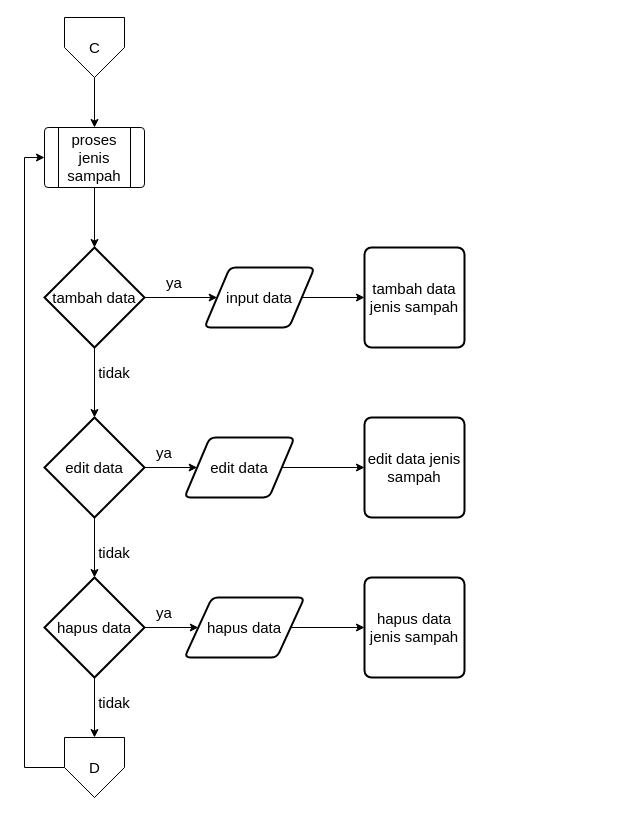
Before: page "flowchart jenis sampah" (18 of 22) of Untitled Diagram.drawio in dreamergirl01/uml_bankSampah, a draw.io diagram. Source tidied: cells renumbered, new cells numbered last; positions are measured from the earlier drawing's top-left corner, leaving out a move shared by most shapes. Both pictures are drawn from the tidied source at 100%, with x=0, y=0 at pixel (24, 17).
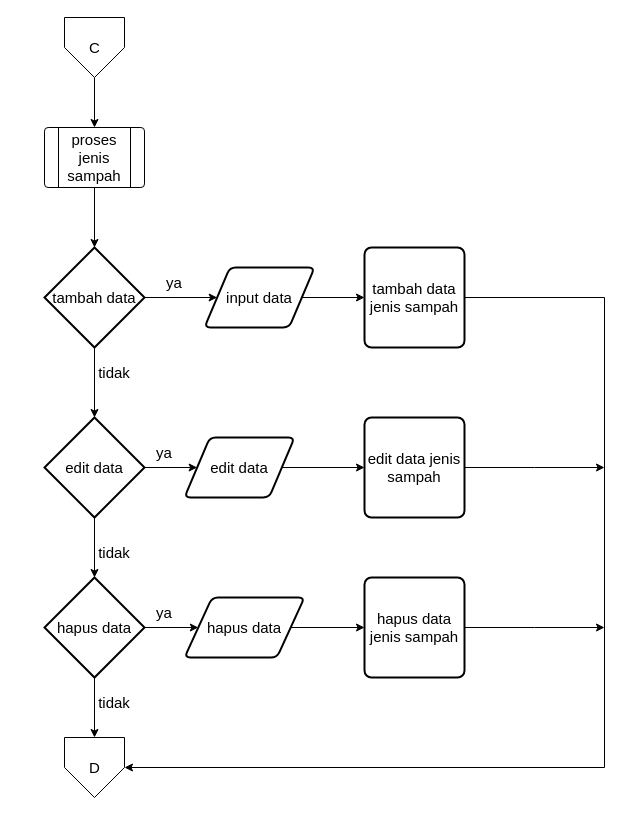
Above is the later version.

Unchanged cells that the change refers to:
```xml
<mxCell id="4" value="proses jenis sampah" style="verticalLabelPosition=middle;verticalAlign=middle;html=1;shape=process;whiteSpace=wrap;rounded=1;size=0.14;arcSize=6;fontSize=15;labelPosition=center;align=center;" parent="1" vertex="1">
  <mxGeometry x="20" y="110" width="100" height="60" as="geometry" />
</mxCell>
<mxCell id="11" value="tambah data jenis sampah" style="rounded=1;whiteSpace=wrap;html=1;absoluteArcSize=1;arcSize=14;strokeWidth=2;fontSize=15;" parent="1" vertex="1">
  <mxGeometry x="340" y="230" width="100" height="100" as="geometry" />
</mxCell>
<mxCell id="17" value="edit data jenis sampah" style="rounded=1;whiteSpace=wrap;html=1;absoluteArcSize=1;arcSize=14;strokeWidth=2;fontSize=15;" parent="1" vertex="1">
  <mxGeometry x="340" y="400" width="100" height="100" as="geometry" />
</mxCell>
<mxCell id="24" value="hapus data jenis sampah" style="rounded=1;whiteSpace=wrap;html=1;absoluteArcSize=1;arcSize=14;strokeWidth=2;fontSize=15;" parent="1" vertex="1">
  <mxGeometry x="340" y="560" width="100" height="100" as="geometry" />
</mxCell>
<mxCell id="26" value="D" style="verticalLabelPosition=middle;verticalAlign=middle;html=1;shape=offPageConnector;rounded=0;size=0.5;fontSize=15;labelPosition=center;align=center;" parent="1" vertex="1">
  <mxGeometry x="40" y="720" width="60" height="60" as="geometry" />
</mxCell>
```

Diff of the diagram source:
```diff
@@
+    <mxCell id="32" style="edgeStyle=orthogonalEdgeStyle;rounded=0;jettySize=auto;html=1;entryX=1;entryY=0.5;entryDx=0;entryDy=0;" parent="1" edge="1" source="11" target="26">
+      <mxGeometry relative="1" as="geometry">
+        <Array as="points">
+          <mxPoint x="580" y="280" />
+          <mxPoint x="580" y="750" />
+        </Array>
+      </mxGeometry>
+    </mxCell>
@@
+    <mxCell id="33" style="edgeStyle=orthogonalEdgeStyle;rounded=0;jettySize=auto;html=1;" parent="1" edge="1" source="17">
+      <mxGeometry relative="1" as="geometry">
+        <mxPoint x="580" y="450" as="targetPoint" />
+      </mxGeometry>
+    </mxCell>
@@
+    <mxCell id="34" style="edgeStyle=orthogonalEdgeStyle;rounded=0;jettySize=auto;html=1;" parent="1" edge="1" source="24">
+      <mxGeometry relative="1" as="geometry">
+        <mxPoint x="580" y="610" as="targetPoint" />
+      </mxGeometry>
+    </mxCell>
@@
-    <mxCell id="25" style="edgeStyle=orthogonalEdgeStyle;rounded=0;jettySize=auto;html=1;entryX=0;entryY=0.5;entryDx=0;entryDy=0;" parent="1" edge="1" source="26" target="4">
-      <mxGeometry relative="1" as="geometry">
-        <Array as="points">
-          <mxPoint y="750" />
-          <mxPoint y="140" />
-        </Array>
-      </mxGeometry>
-    </mxCell>
```
